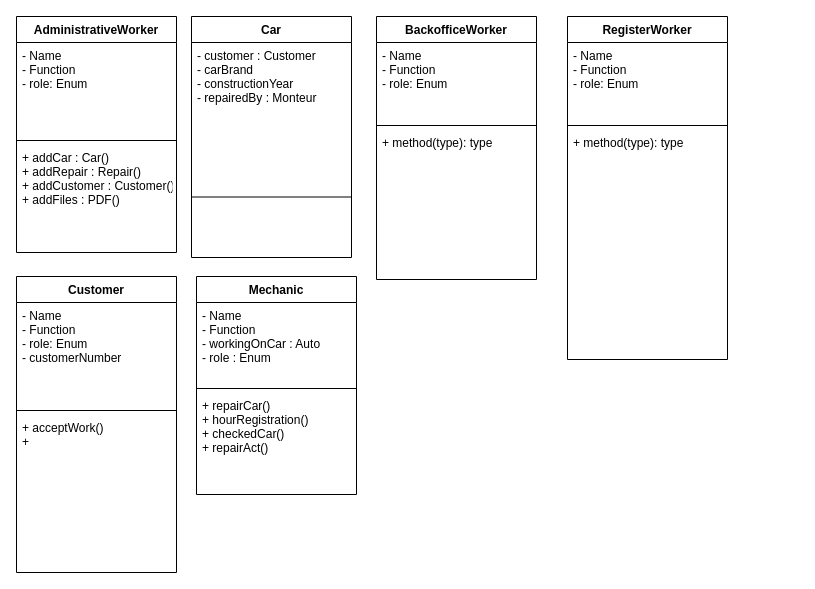
This is uml zooi/Untitled Diagram.drawio from sp5der300/sdGarageOpdracht, a draw.io file, before an edit. Source tidied: cells renumbered, new cells numbered last; positions are measured from the earlier drawing's top-left corner, leaving out a move shared by most shapes. Both pictures are drawn from the tidied source at 100%, with x=0, y=0 at pixel (16, 16).
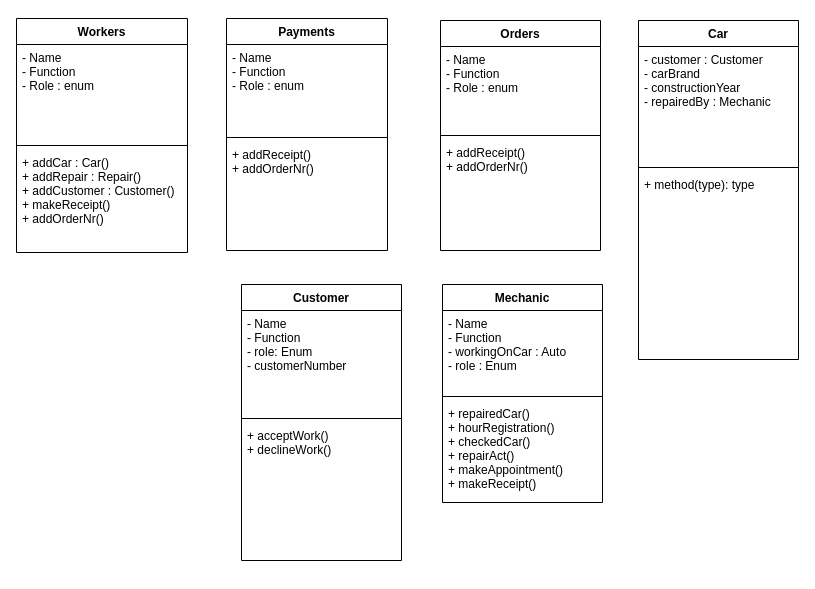
After the change.

The edit, as a diff of the source:
```diff
@@
-    <mxCell id="2" value="AdministrativeWorker&#10;" style="swimlane;fontStyle=1;align=center;verticalAlign=top;horizontal=1;startSize=26;" parent="1" vertex="1">
-      <mxGeometry width="160" height="236" as="geometry" />
-    </mxCell>
-    <mxCell id="3" value="- Name&#10;- Function&#10;- role: Enum&#10;" style="text;strokeColor=none;fillColor=none;align=left;verticalAlign=top;spacingLeft=4;spacingRight=4;overflow=hidden;" parent="2" vertex="1">
-      <mxGeometry y="26" width="160" height="94" as="geometry" />
-    </mxCell>
-    <mxCell id="4" style="line;strokeWidth=1;fillColor=none;align=left;verticalAlign=middle;spacingTop=-1;spacingLeft=3;spacingRight=3;labelPosition=right;" parent="2" vertex="1">
-      <mxGeometry y="120" width="160" height="8" as="geometry" />
-    </mxCell>
-    <mxCell id="5" value="+ addCar : Car()&#10;+ addRepair : Repair()&#10;+ addCustomer : Customer()&#10;+ addFiles : PDF()&#10;&#10;" style="text;strokeColor=none;fillColor=none;align=left;verticalAlign=top;spacingLeft=4;spacingRight=4;overflow=hidden;" parent="2" vertex="1">
-      <mxGeometry y="128" width="160" height="108" as="geometry" />
-    </mxCell>
-    <mxCell id="6" value="BackofficeWorker" style="swimlane;fontStyle=1;align=center;verticalAlign=top;horizontal=1;startSize=26;" parent="1" vertex="1">
-      <mxGeometry x="360" width="160" height="263" as="geometry" />
-    </mxCell>
-    <mxCell id="7" value="- Name&#10;- Function&#10;- role: Enum&#10;" style="text;strokeColor=none;fillColor=none;align=left;verticalAlign=top;spacingLeft=4;spacingRight=4;overflow=hidden;" parent="6" vertex="1">
-      <mxGeometry y="26" width="160" height="79" as="geometry" />
-    </mxCell>
-    <mxCell id="8" style="line;strokeWidth=1;fillColor=none;align=left;verticalAlign=middle;spacingTop=-1;spacingLeft=3;spacingRight=3;labelPosition=right;" parent="6" vertex="1">
-      <mxGeometry y="105" width="160" height="8" as="geometry" />
-    </mxCell>
-    <mxCell id="9" value="+ method(type): type" style="text;strokeColor=none;fillColor=none;align=left;verticalAlign=top;spacingLeft=4;spacingRight=4;overflow=hidden;" parent="6" vertex="1">
-      <mxGeometry y="113" width="160" height="150" as="geometry" />
-    </mxCell>
-    <mxCell id="10" value="Car" style="swimlane;fontStyle=1;align=center;verticalAlign=top;horizontal=1;startSize=26;" parent="1" vertex="1">
-      <mxGeometry x="175" width="160" height="241" as="geometry" />
-    </mxCell>
-    <mxCell id="11" value="- customer : Customer&#10;- carBrand&#10;- constructionYear&#10;- repairedBy : Monteur&#10;&#10;" style="text;strokeColor=none;fillColor=none;align=left;verticalAlign=top;spacingLeft=4;spacingRight=4;overflow=hidden;" parent="10" vertex="1">
-      <mxGeometry y="26" width="160" height="94" as="geometry" />
-    </mxCell>
-    <mxCell id="12" style="line;strokeWidth=1;fillColor=none;align=left;verticalAlign=middle;spacingTop=-1;spacingLeft=3;spacingRight=3;labelPosition=right;" parent="10" vertex="1">
-      <mxGeometry y="120" width="160" height="121" as="geometry" />
-    </mxCell>
     <mxCell id="13" value="Mechanic" style="swimlane;fontStyle=1;align=center;verticalAlign=top;horizontal=1;startSize=26;" parent="1" vertex="1">
-      <mxGeometry x="180" y="260" width="160" height="218" as="geometry" />
+      <mxGeometry x="426" y="268" width="160" height="218" as="geometry" />
     </mxCell>
@@
-    <mxCell id="16" value="+ repairCar()&#10;+ hourRegistration()&#10;+ checkedCar()&#10;+ repairAct()&#10;&#10;&#10;" style="text;strokeColor=none;fillColor=none;align=left;verticalAlign=top;spacingLeft=4;spacingRight=4;overflow=hidden;" parent="13" vertex="1">
+    <mxCell id="16" value="+ repairedCar()&#10;+ hourRegistration()&#10;+ checkedCar()&#10;+ repairAct()&#10;+ makeAppointment()&#10;+ makeReceipt()&#10;&#10;&#10;&#10;" style="text;strokeColor=none;fillColor=none;align=left;verticalAlign=top;spacingLeft=4;spacingRight=4;overflow=hidden;" parent="13" vertex="1">
       <mxGeometry y="116" width="160" height="102" as="geometry" />
     </mxCell>
     <mxCell id="17" value="Customer" style="swimlane;fontStyle=1;align=center;verticalAlign=top;horizontal=1;startSize=26;" parent="1" vertex="1">
-      <mxGeometry y="260" width="160" height="296" as="geometry" />
+      <mxGeometry x="225" y="268" width="160" height="276" as="geometry" />
     </mxCell>
@@
-    <mxCell id="20" value="+ acceptWork()&#10;+ &#10;" style="text;strokeColor=none;fillColor=none;align=left;verticalAlign=top;spacingLeft=4;spacingRight=4;overflow=hidden;" parent="17" vertex="1">
-      <mxGeometry y="138" width="160" height="158" as="geometry" />
+    <mxCell id="20" value="+ acceptWork()&#10;+ declineWork()&#10;" style="text;strokeColor=none;fillColor=none;align=left;verticalAlign=top;spacingLeft=4;spacingRight=4;overflow=hidden;" parent="17" vertex="1">
+      <mxGeometry y="138" width="160" height="138" as="geometry" />
     </mxCell>
-    <mxCell id="21" value="RegisterWorker" style="swimlane;fontStyle=1;align=center;verticalAlign=top;horizontal=1;startSize=26;" parent="1" vertex="1">
-      <mxGeometry x="551" width="160" height="343" as="geometry" />
-    </mxCell>
-    <mxCell id="22" value="- Name&#10;- Function&#10;- role: Enum&#10;" style="text;strokeColor=none;fillColor=none;align=left;verticalAlign=top;spacingLeft=4;spacingRight=4;overflow=hidden;" parent="21" vertex="1">
-      <mxGeometry y="26" width="160" height="79" as="geometry" />
-    </mxCell>
-    <mxCell id="23" style="line;strokeWidth=1;fillColor=none;align=left;verticalAlign=middle;spacingTop=-1;spacingLeft=3;spacingRight=3;labelPosition=right;" parent="21" vertex="1">
-      <mxGeometry y="105" width="160" height="8" as="geometry" />
-    </mxCell>
-    <mxCell id="24" value="+ method(type): type" style="text;strokeColor=none;fillColor=none;align=left;verticalAlign=top;spacingLeft=4;spacingRight=4;overflow=hidden;" parent="21" vertex="1">
-      <mxGeometry y="113" width="160" height="230" as="geometry" />
-    </mxCell>
+    <mxCell id="25" value="Workers&#10;" style="swimlane;fontStyle=1;align=center;verticalAlign=top;horizontal=1;startSize=26;" parent="1" vertex="1">
+      <mxGeometry y="2" width="171" height="234" as="geometry" />
+    </mxCell>
+    <mxCell id="26" value="- Name&#10;- Function&#10;- Role : enum&#10;" style="text;strokeColor=none;fillColor=none;align=left;verticalAlign=top;spacingLeft=4;spacingRight=4;overflow=hidden;" parent="25" vertex="1">
+      <mxGeometry y="26" width="171" height="97" as="geometry" />
+    </mxCell>
+    <mxCell id="27" style="line;strokeWidth=1;fillColor=none;align=left;verticalAlign=middle;spacingTop=-1;spacingLeft=3;spacingRight=3;labelPosition=right;" parent="25" vertex="1">
+      <mxGeometry y="123" width="171" height="8" as="geometry" />
+    </mxCell>
+    <mxCell id="28" value="+ addCar : Car()&#10;+ addRepair : Repair()&#10;+ addCustomer : Customer()&#10;+ makeReceipt()&#10;+ addOrderNr()&#10;&#10;" style="text;strokeColor=none;fillColor=none;align=left;verticalAlign=top;spacingLeft=4;spacingRight=4;overflow=hidden;" parent="25" vertex="1">
+      <mxGeometry y="131" width="171" height="103" as="geometry" />
+    </mxCell>
+    <mxCell id="29" value="Payments&#10;" style="swimlane;fontStyle=1;align=center;verticalAlign=top;horizontal=1;startSize=26;" parent="1" vertex="1">
+      <mxGeometry x="210" y="2" width="161" height="232" as="geometry" />
+    </mxCell>
+    <mxCell id="30" value="- Name&#10;- Function&#10;- Role : enum&#10;" style="text;strokeColor=none;fillColor=none;align=left;verticalAlign=top;spacingLeft=4;spacingRight=4;overflow=hidden;" parent="29" vertex="1">
+      <mxGeometry y="26" width="161" height="89" as="geometry" />
+    </mxCell>
+    <mxCell id="31" style="line;strokeWidth=1;fillColor=none;align=left;verticalAlign=middle;spacingTop=-1;spacingLeft=3;spacingRight=3;labelPosition=right;" parent="29" vertex="1">
+      <mxGeometry y="115" width="161" height="8" as="geometry" />
+    </mxCell>
+    <mxCell id="32" value="+ addReceipt()&#10;+ addOrderNr()&#10;&#10;&#10;" style="text;strokeColor=none;fillColor=none;align=left;verticalAlign=top;spacingLeft=4;spacingRight=4;overflow=hidden;" parent="29" vertex="1">
+      <mxGeometry y="123" width="161" height="109" as="geometry" />
+    </mxCell>
+    <mxCell id="33" value="Orders" style="swimlane;fontStyle=1;align=center;verticalAlign=top;horizontal=1;startSize=26;" parent="1" vertex="1">
+      <mxGeometry x="424" y="4" width="160" height="230" as="geometry" />
+    </mxCell>
+    <mxCell id="34" value="- Name&#10;- Function&#10;- Role : enum&#10;" style="text;strokeColor=none;fillColor=none;align=left;verticalAlign=top;spacingLeft=4;spacingRight=4;overflow=hidden;" parent="33" vertex="1">
+      <mxGeometry y="26" width="160" height="85" as="geometry" />
+    </mxCell>
+    <mxCell id="35" style="line;strokeWidth=1;fillColor=none;align=left;verticalAlign=middle;spacingTop=-1;spacingLeft=3;spacingRight=3;labelPosition=right;" parent="33" vertex="1">
+      <mxGeometry y="111" width="160" height="8" as="geometry" />
+    </mxCell>
+    <mxCell id="36" value="+ addReceipt()&#10;+ addOrderNr()&#10;" style="text;strokeColor=none;fillColor=none;align=left;verticalAlign=top;spacingLeft=4;spacingRight=4;overflow=hidden;" parent="33" vertex="1">
+      <mxGeometry y="119" width="160" height="111" as="geometry" />
+    </mxCell>
+    <mxCell id="10" value="Car" style="swimlane;fontStyle=1;align=center;verticalAlign=top;horizontal=1;startSize=26;" parent="1" vertex="1">
+      <mxGeometry x="622" y="4" width="160" height="339" as="geometry" />
+    </mxCell>
+    <mxCell id="37" value="- customer : Customer&#10;- carBrand&#10;- constructionYear&#10;- repairedBy : Mechanic&#10;&#10;&#10;&#10;" style="text;strokeColor=none;fillColor=none;align=left;verticalAlign=top;spacingLeft=4;spacingRight=4;overflow=hidden;" parent="10" vertex="1">
+      <mxGeometry y="26" width="160" height="117" as="geometry" />
+    </mxCell>
+    <mxCell id="38" style="line;strokeWidth=1;fillColor=none;align=left;verticalAlign=middle;spacingTop=-1;spacingLeft=3;spacingRight=3;labelPosition=right;" parent="10" vertex="1">
+      <mxGeometry y="143" width="160" height="8" as="geometry" />
+    </mxCell>
+    <mxCell id="39" value="+ method(type): type" style="text;strokeColor=none;fillColor=none;align=left;verticalAlign=top;spacingLeft=4;spacingRight=4;overflow=hidden;" parent="10" vertex="1">
+      <mxGeometry y="151" width="160" height="188" as="geometry" />
+    </mxCell>
```
